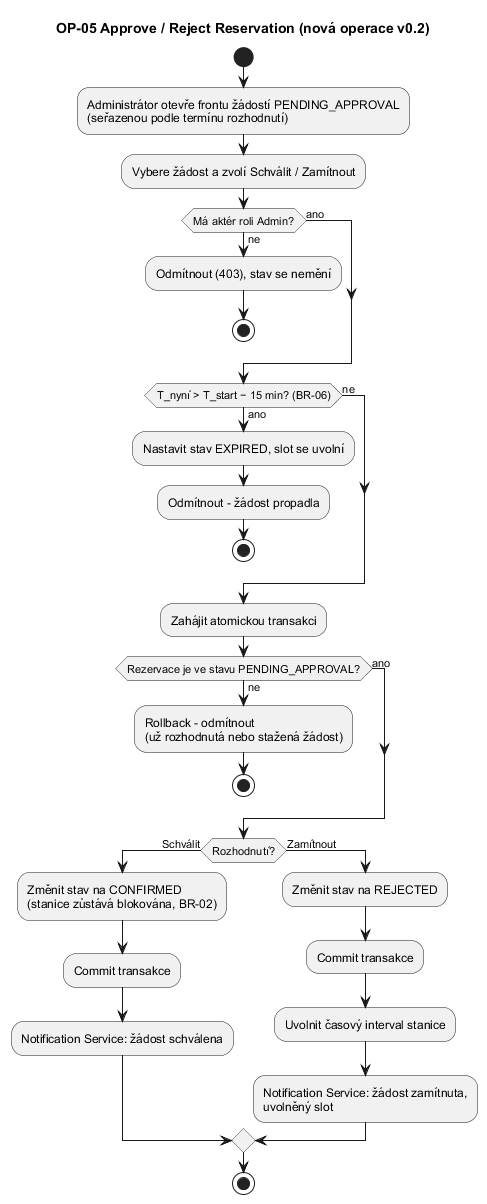
Above: docs/diagrams/act_op05.png in Gangyss67/SWI_Charger_stations (PlantUML), before the change.
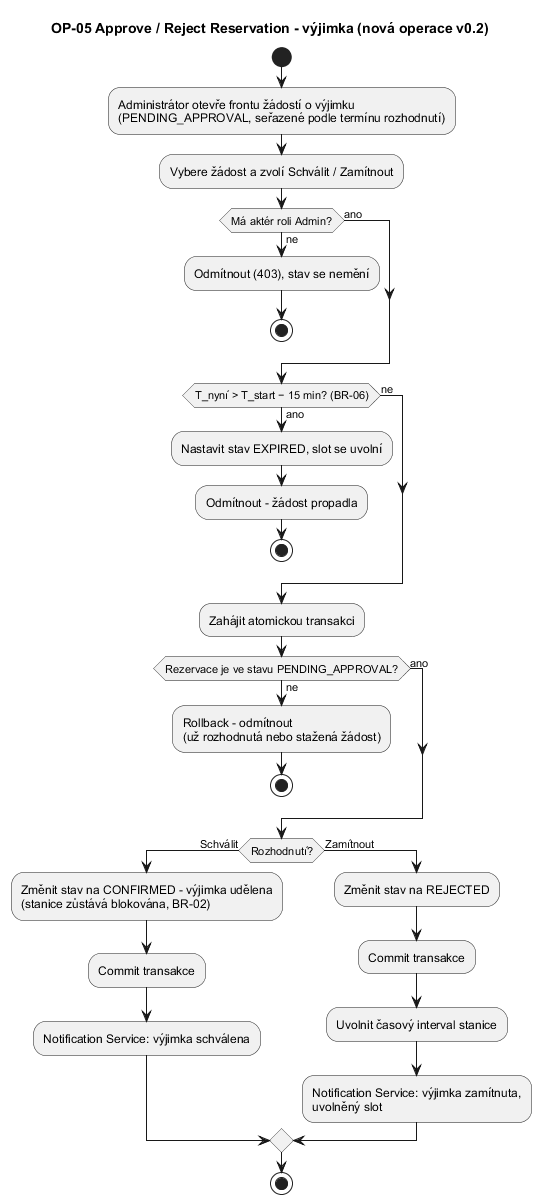
The same diagram one commit later.

The edit, as a diff of the source:
```diff
@@ -1,9 +1,9 @@
 @startuml
 skinparam defaultFontName Arial
-title OP-05 Approve / Reject Reservation (nová operace v0.2)
+title OP-05 Approve / Reject Reservation - výjimka (nová operace v0.2)
 start
-:Administrátor otevře frontu žádostí PENDING_APPROVAL
-(seřazenou podle termínu rozhodnutí);
+:Administrátor otevře frontu žádostí o výjimku
+(PENDING_APPROVAL, seřazené podle termínu rozhodnutí);
 :Vybere žádost a zvolí Schválit / Zamítnout;
 if (Má aktér roli Admin?) then (ne)
   :Odmítnout (403), stav se nemění;
@@ -24,15 +24,15 @@
 else (ano)
 endif
 if (Rozhodnutí?) then (Schválit)
-  :Změnit stav na CONFIRMED
+  :Změnit stav na CONFIRMED - výjimka udělena
   (stanice zůstává blokována, BR-02);
   :Commit transakce;
-  :Notification Service: žádost schválena;
+  :Notification Service: výjimka schválena;
 else (Zamítnout)
   :Změnit stav na REJECTED;
   :Commit transakce;
   :Uvolnit časový interval stanice;
-  :Notification Service: žádost zamítnuta,
+  :Notification Service: výjimka zamítnuta,
   uvolněný slot;
 endif
 stop
```
